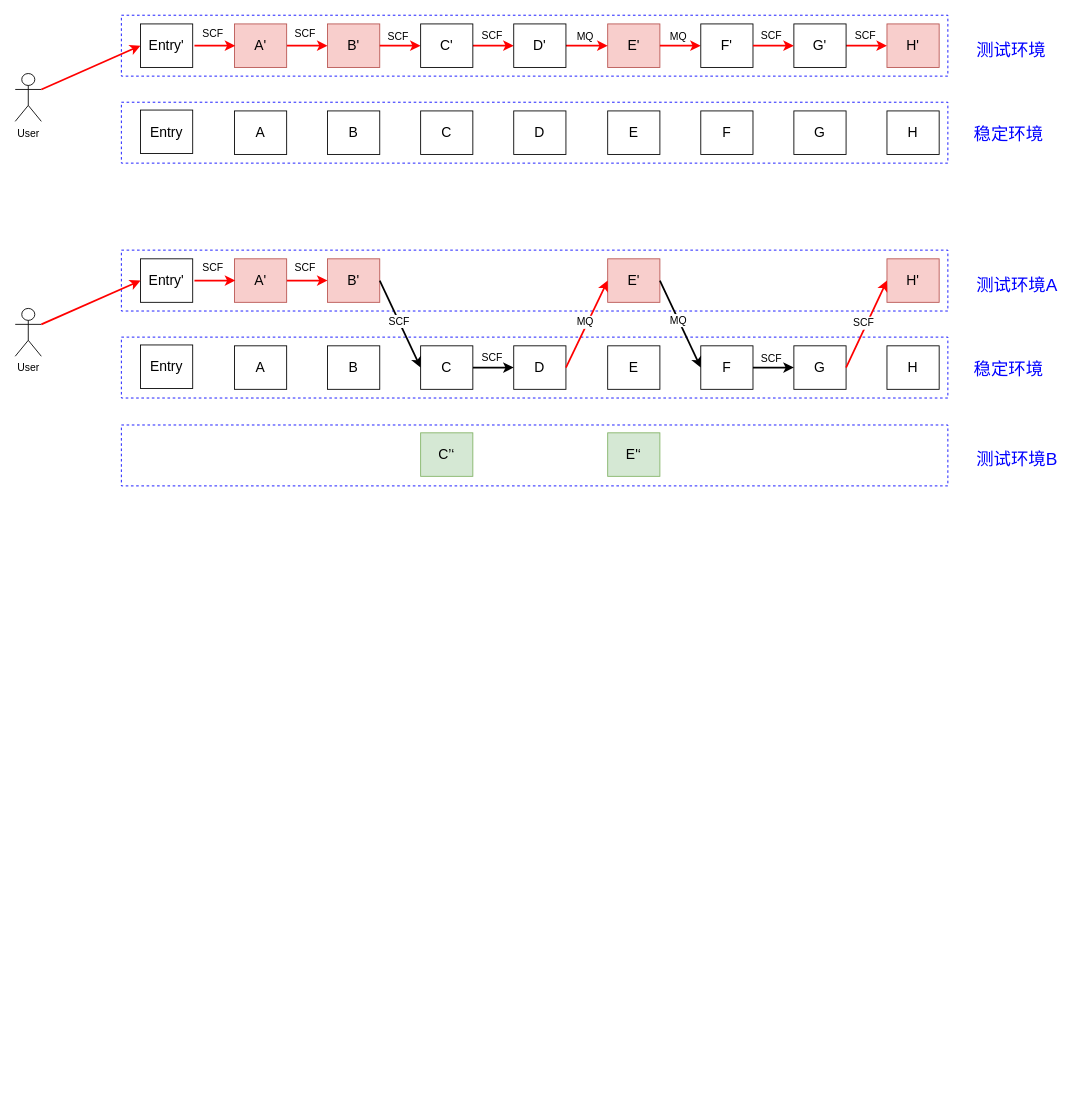
Earlier version of the draw.io diagram zz/zzscf/flow_tag_router.drawio (waterystone/draw_io). Source tidied: cells renumbered, new cells numbered last; positions are measured from the earlier drawing's top-left corner, leaving out a move shared by most shapes. Both pictures are drawn from the tidied source at 87%, with x=0, y=0 at pixel (15, 15).
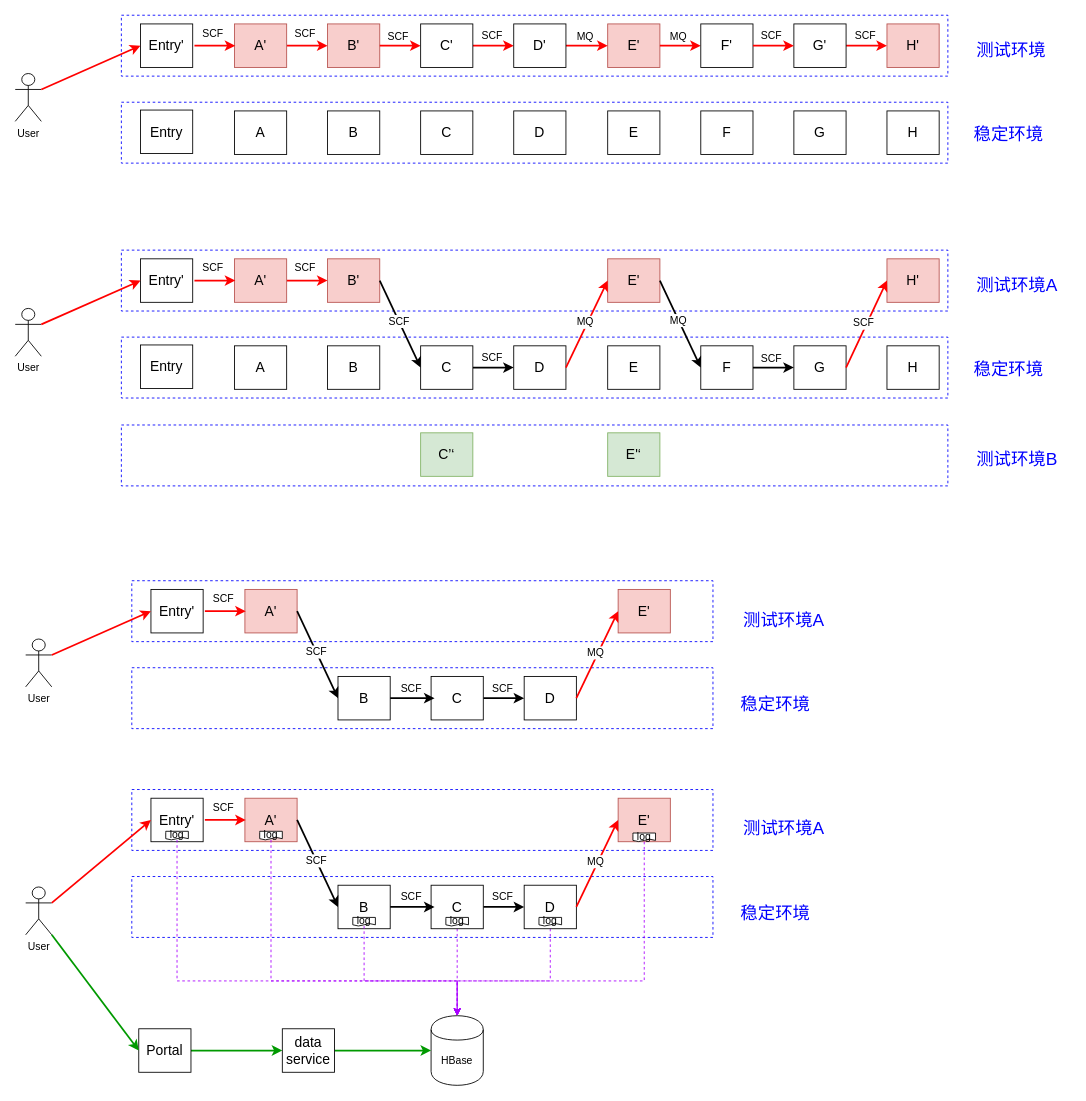
After the change.

Change to the diagram source:
```diff
@@
+    <mxCell id="82" style="rounded=0;whiteSpace=wrap;html=1;dashed=1;fillColor=none;strokeColor=#0000FF;" parent="1" vertex="1">
+      <mxGeometry x="134" y="750" width="668" height="70" as="geometry" />
+    </mxCell>
+    <mxCell id="83" style="rounded=0;whiteSpace=wrap;html=1;dashed=1;fillColor=none;strokeColor=#0000FF;" parent="1" vertex="1">
+      <mxGeometry x="134" y="650" width="668" height="70" as="geometry" />
+    </mxCell>
+    <mxCell id="84" value="&lt;font style=&quot;font-size: 16px&quot;&gt;B&lt;/font&gt;" style="rounded=0;whiteSpace=wrap;html=1;" parent="1" vertex="1">
+      <mxGeometry x="371" y="760" width="60" height="50" as="geometry" />
+    </mxCell>
+    <mxCell id="85" style="edgeStyle=orthogonalEdgeStyle;rounded=0;jettySize=auto;html=1;exitX=1;exitY=0.5;exitDx=0;exitDy=0;entryX=0;entryY=0.5;entryDx=0;entryDy=0;strokeWidth=2;" parent="1" edge="1" source="87" target="88">
+      <mxGeometry relative="1" as="geometry" />
+    </mxCell>
+    <mxCell id="86" value="SCF" style="text;html=1;align=center;verticalAlign=middle;labelBackgroundColor=#ffffff;" parent="85" vertex="1">
+      <mxGeometry x="-0.15" y="4" relative="1" as="geometry">
+        <mxPoint x="1.5" y="-8" as="offset" />
+      </mxGeometry>
+    </mxCell>
+    <mxCell id="87" value="&lt;span style=&quot;font-size: 16px&quot;&gt;C&lt;/span&gt;" style="rounded=0;whiteSpace=wrap;html=1;" parent="1" vertex="1">
+      <mxGeometry x="478" y="760" width="60" height="50" as="geometry" />
+    </mxCell>
+    <mxCell id="88" value="&lt;span style=&quot;font-size: 16px&quot;&gt;D&lt;/span&gt;" style="rounded=0;whiteSpace=wrap;html=1;" parent="1" vertex="1">
+      <mxGeometry x="585" y="760" width="60" height="50" as="geometry" />
+    </mxCell>
+    <mxCell id="89" value="&lt;font style=&quot;font-size: 16px&quot;&gt;A'&lt;/font&gt;" style="rounded=0;whiteSpace=wrap;html=1;fillColor=#f8cecc;strokeColor=#b85450;" parent="1" vertex="1">
+      <mxGeometry x="264" y="660" width="60" height="50" as="geometry" />
+    </mxCell>
+    <mxCell id="90" value="&lt;font style=&quot;font-size: 16px&quot;&gt;E'&lt;/font&gt;" style="rounded=0;whiteSpace=wrap;html=1;fillColor=#f8cecc;strokeColor=#b85450;" parent="1" vertex="1">
+      <mxGeometry x="693" y="660" width="60" height="50" as="geometry" />
+    </mxCell>
+    <mxCell id="91" style="endArrow=classic;html=1;exitX=1;exitY=0.5;exitDx=0;exitDy=0;entryX=0;entryY=0.5;entryDx=0;entryDy=0;strokeWidth=2;" parent="1" edge="1" source="89" target="84">
+      <mxGeometry relative="1" as="geometry" />
+    </mxCell>
+    <mxCell id="92" value="SCF" style="text;html=1;align=center;verticalAlign=middle;labelBackgroundColor=#ffffff;" parent="91" vertex="1">
+      <mxGeometry x="-0.08" relative="1" as="geometry" />
+    </mxCell>
+    <mxCell id="93" style="endArrow=classic;html=1;strokeColor=#FF0000;strokeWidth=2;exitX=1;exitY=0.5;exitDx=0;exitDy=0;entryX=0;entryY=0.5;entryDx=0;entryDy=0;" parent="1" edge="1" source="88" target="90">
+      <mxGeometry relative="1" as="geometry" />
+    </mxCell>
+    <mxCell id="94" value="MQ" style="text;html=1;align=center;verticalAlign=middle;labelBackgroundColor=#ffffff;" parent="93" vertex="1">
+      <mxGeometry x="0.02" y="3" relative="1" as="geometry" />
+    </mxCell>
+    <mxCell id="95" value="&lt;font style=&quot;font-size: 20px&quot; color=&quot;#0000ff&quot;&gt;测试环境A&lt;/font&gt;" style="text;html=1;align=left;verticalAlign=top;spacingTop=-4;" parent="1" vertex="1">
+      <mxGeometry x="835" y="680" width="110" height="20" as="geometry" />
+    </mxCell>
+    <mxCell id="96" value="&lt;font style=&quot;font-size: 20px&quot; color=&quot;#0000ff&quot;&gt;稳定环境&lt;/font&gt;" style="text;html=1;align=left;verticalAlign=top;spacingTop=-4;" parent="1" vertex="1">
+      <mxGeometry x="832" y="777" width="100" height="20" as="geometry" />
+    </mxCell>
+    <mxCell id="97" value="User" style="shape=umlActor;verticalLabelPosition=bottom;labelBackgroundColor=#ffffff;verticalAlign=top;html=1;outlineConnect=0;fillColor=none;" parent="1" vertex="1">
+      <mxGeometry x="12" y="717" width="30" height="55" as="geometry" />
+    </mxCell>
+    <mxCell id="98" style="edgeStyle=orthogonalEdgeStyle;rounded=0;orthogonalLoop=1;jettySize=auto;html=1;exitX=1;exitY=0.5;exitDx=0;exitDy=0;entryX=0;entryY=0.5;entryDx=0;entryDy=0;strokeColor=#FF0000;strokeWidth=2;" parent="1" edge="1">
+      <mxGeometry relative="1" as="geometry">
+        <mxPoint x="218" y="685" as="sourcePoint" />
+        <mxPoint x="265" y="685" as="targetPoint" />
+      </mxGeometry>
+    </mxCell>
+    <mxCell id="99" value="SCF" style="text;html=1;align=center;verticalAlign=middle;labelBackgroundColor=#ffffff;" parent="98" vertex="1">
+      <mxGeometry x="-0.06" relative="1" as="geometry">
+        <mxPoint x="-2" y="-15" as="offset" />
+      </mxGeometry>
+    </mxCell>
+    <mxCell id="100" value="&lt;font style=&quot;font-size: 16px&quot;&gt;Entry'&lt;/font&gt;" style="rounded=0;whiteSpace=wrap;html=1;" parent="1" vertex="1">
+      <mxGeometry x="156" y="660" width="60" height="50" as="geometry" />
+    </mxCell>
+    <mxCell id="101" style="endArrow=classic;html=1;strokeColor=#FF0000;strokeWidth=2;entryX=0;entryY=0.5;entryDx=0;entryDy=0;exitX=1;exitY=0.3333333333333333;exitDx=0;exitDy=0;exitPerimeter=0;" parent="1" edge="1" source="97" target="100">
+      <mxGeometry relative="1" as="geometry" />
+    </mxCell>
+    <mxCell id="102" style="edgeStyle=orthogonalEdgeStyle;rounded=0;jettySize=auto;html=1;exitX=1;exitY=0.5;exitDx=0;exitDy=0;strokeWidth=2;" parent="1" edge="1" source="84">
+      <mxGeometry relative="1" as="geometry">
+        <mxPoint x="482" y="785" as="targetPoint" />
+      </mxGeometry>
+    </mxCell>
+    <mxCell id="103" value="SCF" style="text;html=1;align=center;verticalAlign=middle;labelBackgroundColor=#ffffff;" parent="102" vertex="1">
+      <mxGeometry x="-0.15" y="4" relative="1" as="geometry">
+        <mxPoint x="1.5" y="-8" as="offset" />
+      </mxGeometry>
+    </mxCell>
+    <mxCell id="104" style="rounded=0;whiteSpace=wrap;html=1;dashed=1;fillColor=none;strokeColor=#0000FF;" parent="1" vertex="1">
+      <mxGeometry x="134" y="990" width="668" height="70" as="geometry" />
+    </mxCell>
+    <mxCell id="105" style="rounded=0;whiteSpace=wrap;html=1;dashed=1;fillColor=none;strokeColor=#0000FF;" parent="1" vertex="1">
+      <mxGeometry x="134" y="890" width="668" height="70" as="geometry" />
+    </mxCell>
+    <mxCell id="106" value="&lt;font style=&quot;font-size: 16px&quot;&gt;B&lt;/font&gt;" style="rounded=0;whiteSpace=wrap;html=1;" parent="1" vertex="1">
+      <mxGeometry x="371" y="1000" width="60" height="50" as="geometry" />
+    </mxCell>
+    <mxCell id="107" style="edgeStyle=orthogonalEdgeStyle;rounded=0;jettySize=auto;html=1;exitX=1;exitY=0.5;exitDx=0;exitDy=0;entryX=0;entryY=0.5;entryDx=0;entryDy=0;strokeWidth=2;" parent="1" edge="1" source="110" target="112">
+      <mxGeometry relative="1" as="geometry" />
+    </mxCell>
+    <mxCell id="108" value="SCF" style="text;html=1;align=center;verticalAlign=middle;labelBackgroundColor=#ffffff;" parent="107" vertex="1">
+      <mxGeometry x="-0.15" y="4" relative="1" as="geometry">
+        <mxPoint x="1.5" y="-8" as="offset" />
+      </mxGeometry>
+    </mxCell>
+    <mxCell id="109" style="edgeStyle=orthogonalEdgeStyle;rounded=0;jettySize=auto;html=1;entryX=0.5;entryY=0;entryDx=0;entryDy=0;dashed=1;strokeColor=#AA00FF;" parent="1" edge="1" source="110" target="138">
+      <mxGeometry relative="1" as="geometry" />
+    </mxCell>
+    <mxCell id="110" value="&lt;span style=&quot;font-size: 16px&quot;&gt;C&lt;/span&gt;" style="rounded=0;whiteSpace=wrap;html=1;" parent="1" vertex="1">
+      <mxGeometry x="478" y="1000" width="60" height="50" as="geometry" />
+    </mxCell>
+    <mxCell id="111" style="edgeStyle=orthogonalEdgeStyle;rounded=0;jettySize=auto;html=1;entryX=0.5;entryY=0;entryDx=0;entryDy=0;dashed=1;strokeColor=#AA00FF;" parent="1" edge="1" source="112" target="138">
+      <mxGeometry relative="1" as="geometry">
+        <Array as="points">
+          <mxPoint x="615" y="1110" />
+          <mxPoint x="508" y="1110" />
+        </Array>
+      </mxGeometry>
+    </mxCell>
+    <mxCell id="112" value="&lt;span style=&quot;font-size: 16px&quot;&gt;D&lt;/span&gt;" style="rounded=0;whiteSpace=wrap;html=1;" parent="1" vertex="1">
+      <mxGeometry x="585" y="1000" width="60" height="50" as="geometry" />
+    </mxCell>
+    <mxCell id="113" value="&lt;font style=&quot;font-size: 16px&quot;&gt;A'&lt;/font&gt;" style="rounded=0;whiteSpace=wrap;html=1;fillColor=#f8cecc;strokeColor=#b85450;" parent="1" vertex="1">
+      <mxGeometry x="264" y="900" width="60" height="50" as="geometry" />
+    </mxCell>
+    <mxCell id="114" value="&lt;font style=&quot;font-size: 16px&quot;&gt;E'&lt;/font&gt;" style="rounded=0;whiteSpace=wrap;html=1;fillColor=#f8cecc;strokeColor=#b85450;" parent="1" vertex="1">
+      <mxGeometry x="693" y="900" width="60" height="50" as="geometry" />
+    </mxCell>
+    <mxCell id="115" style="endArrow=classic;html=1;exitX=1;exitY=0.5;exitDx=0;exitDy=0;entryX=0;entryY=0.5;entryDx=0;entryDy=0;strokeWidth=2;" parent="1" edge="1" source="113" target="106">
+      <mxGeometry relative="1" as="geometry" />
+    </mxCell>
+    <mxCell id="116" value="SCF" style="text;html=1;align=center;verticalAlign=middle;labelBackgroundColor=#ffffff;" parent="115" vertex="1">
+      <mxGeometry x="-0.08" relative="1" as="geometry" />
+    </mxCell>
+    <mxCell id="117" style="endArrow=classic;html=1;strokeColor=#FF0000;strokeWidth=2;exitX=1;exitY=0.5;exitDx=0;exitDy=0;entryX=0;entryY=0.5;entryDx=0;entryDy=0;" parent="1" edge="1" source="112" target="114">
+      <mxGeometry relative="1" as="geometry" />
+    </mxCell>
+    <mxCell id="118" value="MQ" style="text;html=1;align=center;verticalAlign=middle;labelBackgroundColor=#ffffff;" parent="117" vertex="1">
+      <mxGeometry x="0.02" y="3" relative="1" as="geometry" />
+    </mxCell>
+    <mxCell id="119" value="&lt;font style=&quot;font-size: 20px&quot; color=&quot;#0000ff&quot;&gt;测试环境A&lt;/font&gt;" style="text;html=1;align=left;verticalAlign=top;spacingTop=-4;" parent="1" vertex="1">
+      <mxGeometry x="835" y="920" width="110" height="20" as="geometry" />
+    </mxCell>
+    <mxCell id="120" value="&lt;font style=&quot;font-size: 20px&quot; color=&quot;#0000ff&quot;&gt;稳定环境&lt;/font&gt;" style="text;html=1;align=left;verticalAlign=top;spacingTop=-4;" parent="1" vertex="1">
+      <mxGeometry x="832" y="1017" width="100" height="20" as="geometry" />
+    </mxCell>
+    <mxCell id="121" value="User" style="shape=umlActor;verticalLabelPosition=bottom;labelBackgroundColor=#ffffff;verticalAlign=top;html=1;outlineConnect=0;fillColor=none;" parent="1" vertex="1">
+      <mxGeometry x="12" y="1002" width="30" height="55" as="geometry" />
+    </mxCell>
+    <mxCell id="122" style="edgeStyle=orthogonalEdgeStyle;rounded=0;orthogonalLoop=1;jettySize=auto;html=1;exitX=1;exitY=0.5;exitDx=0;exitDy=0;entryX=0;entryY=0.5;entryDx=0;entryDy=0;strokeColor=#FF0000;strokeWidth=2;" parent="1" edge="1">
+      <mxGeometry relative="1" as="geometry">
+        <mxPoint x="218" y="925" as="sourcePoint" />
+        <mxPoint x="265" y="925" as="targetPoint" />
+      </mxGeometry>
+    </mxCell>
+    <mxCell id="123" value="SCF" style="text;html=1;align=center;verticalAlign=middle;labelBackgroundColor=#ffffff;" parent="122" vertex="1">
+      <mxGeometry x="-0.06" relative="1" as="geometry">
+        <mxPoint x="-2" y="-15" as="offset" />
+      </mxGeometry>
+    </mxCell>
+    <mxCell id="124" value="&lt;font style=&quot;font-size: 16px&quot;&gt;Entry'&lt;/font&gt;" style="rounded=0;whiteSpace=wrap;html=1;" parent="1" vertex="1">
+      <mxGeometry x="156" y="900" width="60" height="50" as="geometry" />
+    </mxCell>
+    <mxCell id="125" style="endArrow=classic;html=1;strokeColor=#FF0000;strokeWidth=2;entryX=0;entryY=0.5;entryDx=0;entryDy=0;exitX=1;exitY=0.3333333333333333;exitDx=0;exitDy=0;exitPerimeter=0;" parent="1" edge="1" source="121" target="124">
+      <mxGeometry relative="1" as="geometry" />
+    </mxCell>
+    <mxCell id="126" style="edgeStyle=orthogonalEdgeStyle;rounded=0;jettySize=auto;html=1;exitX=1;exitY=0.5;exitDx=0;exitDy=0;strokeWidth=2;" parent="1" edge="1" source="106">
+      <mxGeometry relative="1" as="geometry">
+        <mxPoint x="482" y="1025" as="targetPoint" />
+      </mxGeometry>
+    </mxCell>
+    <mxCell id="127" value="SCF" style="text;html=1;align=center;verticalAlign=middle;labelBackgroundColor=#ffffff;" parent="126" vertex="1">
+      <mxGeometry x="-0.15" y="4" relative="1" as="geometry">
+        <mxPoint x="1.5" y="-8" as="offset" />
+      </mxGeometry>
+    </mxCell>
+    <mxCell id="128" style="edgeStyle=orthogonalEdgeStyle;rounded=0;jettySize=auto;html=1;entryX=0.5;entryY=0;entryDx=0;entryDy=0;dashed=1;fillColor=#d80073;strokeColor=#AA00FF;" parent="1" edge="1" source="129" target="138">
+      <mxGeometry relative="1" as="geometry">
+        <Array as="points">
+          <mxPoint x="186" y="1110" />
+          <mxPoint x="508" y="1110" />
+        </Array>
+      </mxGeometry>
+    </mxCell>
+    <mxCell id="129" value="log" style="shape=document;whiteSpace=wrap;html=1;boundedLbl=1;" parent="1" vertex="1">
+      <mxGeometry x="173" y="938" width="26" height="10" as="geometry" />
+    </mxCell>
+    <mxCell id="130" style="edgeStyle=orthogonalEdgeStyle;rounded=0;jettySize=auto;html=1;entryX=0.5;entryY=0;entryDx=0;entryDy=0;dashed=1;strokeColor=#AA00FF;" parent="1" edge="1" source="131" target="138">
+      <mxGeometry relative="1" as="geometry">
+        <Array as="points">
+          <mxPoint x="294" y="1110" />
+          <mxPoint x="508" y="1110" />
+        </Array>
+      </mxGeometry>
+    </mxCell>
+    <mxCell id="131" value="log" style="shape=document;whiteSpace=wrap;html=1;boundedLbl=1;" parent="1" vertex="1">
+      <mxGeometry x="281" y="938" width="26" height="10" as="geometry" />
+    </mxCell>
+    <mxCell id="132" style="edgeStyle=orthogonalEdgeStyle;rounded=0;jettySize=auto;html=1;entryX=0.5;entryY=0;entryDx=0;entryDy=0;dashed=1;strokeColor=#AA00FF;" parent="1" edge="1" source="133" target="138">
+      <mxGeometry relative="1" as="geometry">
+        <Array as="points">
+          <mxPoint x="401" y="1110" />
+          <mxPoint x="508" y="1110" />
+        </Array>
+      </mxGeometry>
+    </mxCell>
+    <mxCell id="133" value="log" style="shape=document;whiteSpace=wrap;html=1;boundedLbl=1;" parent="1" vertex="1">
+      <mxGeometry x="388" y="1037" width="26" height="10" as="geometry" />
+    </mxCell>
+    <mxCell id="134" value="log" style="shape=document;whiteSpace=wrap;html=1;boundedLbl=1;" parent="1" vertex="1">
+      <mxGeometry x="495" y="1037" width="26" height="10" as="geometry" />
+    </mxCell>
+    <mxCell id="135" value="log" style="shape=document;whiteSpace=wrap;html=1;boundedLbl=1;" parent="1" vertex="1">
+      <mxGeometry x="602" y="1037" width="26" height="10" as="geometry" />
+    </mxCell>
+    <mxCell id="136" style="edgeStyle=orthogonalEdgeStyle;rounded=0;jettySize=auto;html=1;entryX=0.5;entryY=0;entryDx=0;entryDy=0;dashed=1;strokeColor=#AA00FF;" parent="1" edge="1" source="137" target="138">
+      <mxGeometry relative="1" as="geometry">
+        <Array as="points">
+          <mxPoint x="723" y="1110" />
+          <mxPoint x="508" y="1110" />
+        </Array>
+      </mxGeometry>
+    </mxCell>
+    <mxCell id="137" value="log" style="shape=document;whiteSpace=wrap;html=1;boundedLbl=1;" parent="1" vertex="1">
+      <mxGeometry x="710" y="940" width="26" height="10" as="geometry" />
+    </mxCell>
+    <mxCell id="138" value="HBase" style="shape=cylinder;whiteSpace=wrap;html=1;boundedLbl=1;backgroundOutline=1;" parent="1" vertex="1">
+      <mxGeometry x="478" y="1150" width="60" height="80" as="geometry" />
+    </mxCell>
+    <mxCell id="139" style="edgeStyle=orthogonalEdgeStyle;rounded=0;jettySize=auto;html=1;exitX=1;exitY=0.5;exitDx=0;exitDy=0;strokeColor=#009900;strokeWidth=2;" parent="1" edge="1" source="140" target="142">
+      <mxGeometry relative="1" as="geometry" />
+    </mxCell>
+    <mxCell id="140" value="&lt;font style=&quot;font-size: 16px&quot;&gt;Portal&lt;/font&gt;" style="rounded=0;whiteSpace=wrap;html=1;" parent="1" vertex="1">
+      <mxGeometry x="142" y="1165" width="60" height="50" as="geometry" />
+    </mxCell>
+    <mxCell id="141" style="edgeStyle=orthogonalEdgeStyle;rounded=0;jettySize=auto;html=1;strokeColor=#009900;strokeWidth=2;" parent="1" edge="1" source="142" target="138">
+      <mxGeometry relative="1" as="geometry" />
+    </mxCell>
+    <mxCell id="142" value="&lt;font style=&quot;font-size: 16px&quot;&gt;data service&lt;/font&gt;" style="rounded=0;whiteSpace=wrap;html=1;" parent="1" vertex="1">
+      <mxGeometry x="307" y="1165" width="60" height="50" as="geometry" />
+    </mxCell>
+    <mxCell id="143" style="endArrow=classic;html=1;strokeColor=#009900;strokeWidth=2;exitX=1;exitY=1;exitDx=0;exitDy=0;exitPerimeter=0;entryX=0;entryY=0.5;entryDx=0;entryDy=0;" parent="1" edge="1" source="121" target="140">
+      <mxGeometry relative="1" as="geometry" />
+    </mxCell>
```
